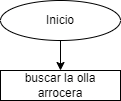
This is cocinar arroz.drawio.png from dasamepu/platzi-flowcharts-de-la-vida-diaria, a draw.io export, as it was before one commit. Source tidied: cells renumbered, new cells last; positions are measured from the earlier drawing's top-left corner, leaving out a move shared by most shapes.
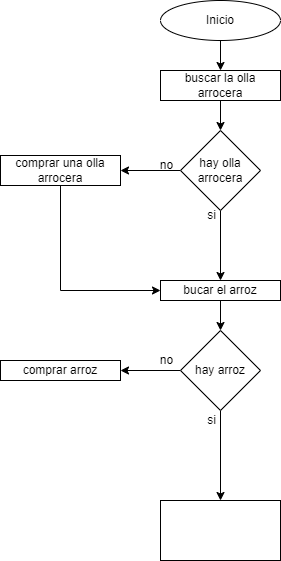
After the commit.

The edit, as a diff of the source:
```diff
@@ -8,8 +8,63 @@
     <mxCell id="3" value="Inicio" style="ellipse;whiteSpace=wrap;html=1;" parent="1" vertex="1">
       <mxGeometry width="120" height="40" as="geometry" />
     </mxCell>
+    <mxCell id="5" style="edgeStyle=orthogonalEdgeStyle;rounded=0;jettySize=auto;html=1;" parent="1" edge="1" source="4" target="8">
+      <mxGeometry relative="1" as="geometry" />
+    </mxCell>
     <mxCell id="4" value="buscar la olla arrocera" style="whiteSpace=wrap;html=1;" parent="1" vertex="1">
       <mxGeometry y="70" width="120" height="30" as="geometry" />
     </mxCell>
+    <mxCell id="6" style="edgeStyle=orthogonalEdgeStyle;rounded=0;jettySize=auto;html=1;" parent="1" edge="1" source="8" target="10">
+      <mxGeometry relative="1" as="geometry" />
+    </mxCell>
+    <mxCell id="7" style="edgeStyle=orthogonalEdgeStyle;rounded=0;jettySize=auto;html=1;" parent="1" edge="1" source="8" target="13">
+      <mxGeometry relative="1" as="geometry" />
+    </mxCell>
+    <mxCell id="8" value="hay olla arrocera" style="rhombus;whiteSpace=wrap;html=1;" parent="1" vertex="1">
+      <mxGeometry x="20" y="130" width="80" height="80" as="geometry" />
+    </mxCell>
+    <mxCell id="9" style="edgeStyle=orthogonalEdgeStyle;rounded=0;jettySize=auto;html=1;entryX=0;entryY=0.5;entryDx=0;entryDy=0;" parent="1" edge="1" source="10" target="13">
+      <mxGeometry relative="1" as="geometry">
+        <Array as="points">
+          <mxPoint x="-100" y="290" />
+        </Array>
+      </mxGeometry>
+    </mxCell>
+    <mxCell id="10" value="comprar una olla arrocera" style="whiteSpace=wrap;html=1;" parent="1" vertex="1">
+      <mxGeometry x="-160" y="155" width="120" height="30" as="geometry" />
+    </mxCell>
+    <mxCell id="11" value="no" style="text;html=1;align=center;verticalAlign=middle;strokeColor=none;fillColor=none;" parent="1" vertex="1">
+      <mxGeometry x="-14" y="150" width="40" height="30" as="geometry" />
+    </mxCell>
+    <mxCell id="12" style="edgeStyle=orthogonalEdgeStyle;rounded=0;jettySize=auto;html=1;" parent="1" edge="1" source="13" target="17">
+      <mxGeometry relative="1" as="geometry" />
+    </mxCell>
+    <mxCell id="13" value="bucar el arroz" style="whiteSpace=wrap;html=1;" parent="1" vertex="1">
+      <mxGeometry y="280" width="120" height="20" as="geometry" />
+    </mxCell>
+    <mxCell id="14" value="si" style="text;html=1;align=center;verticalAlign=middle;strokeColor=none;fillColor=none;" parent="1" vertex="1">
+      <mxGeometry x="36" y="200" width="30" height="30" as="geometry" />
+    </mxCell>
+    <mxCell id="15" style="edgeStyle=orthogonalEdgeStyle;rounded=0;jettySize=auto;html=1;" parent="1" edge="1" source="17" target="18">
+      <mxGeometry relative="1" as="geometry" />
+    </mxCell>
+    <mxCell id="16" style="edgeStyle=orthogonalEdgeStyle;rounded=0;jettySize=auto;html=1;" parent="1" edge="1" source="17" target="20">
+      <mxGeometry relative="1" as="geometry" />
+    </mxCell>
+    <mxCell id="17" value="hay arroz" style="rhombus;whiteSpace=wrap;html=1;" parent="1" vertex="1">
+      <mxGeometry x="20" y="330" width="80" height="80" as="geometry" />
+    </mxCell>
+    <mxCell id="18" value="comprar arroz" style="whiteSpace=wrap;html=1;" parent="1" vertex="1">
+      <mxGeometry x="-160" y="360" width="120" height="20" as="geometry" />
+    </mxCell>
+    <mxCell id="19" value="no" style="text;html=1;align=center;verticalAlign=middle;strokeColor=none;fillColor=none;" parent="1" vertex="1">
+      <mxGeometry x="-14" y="345" width="40" height="30" as="geometry" />
+    </mxCell>
+    <mxCell id="20" style="whiteSpace=wrap;html=1;" parent="1" vertex="1">
+      <mxGeometry y="500" width="120" height="60" as="geometry" />
+    </mxCell>
+    <mxCell id="21" value="si" style="text;html=1;align=center;verticalAlign=middle;strokeColor=none;fillColor=none;" parent="1" vertex="1">
+      <mxGeometry x="36" y="405" width="30" height="30" as="geometry" />
+    </mxCell>
   </root>
 </mxGraphModel>
```
